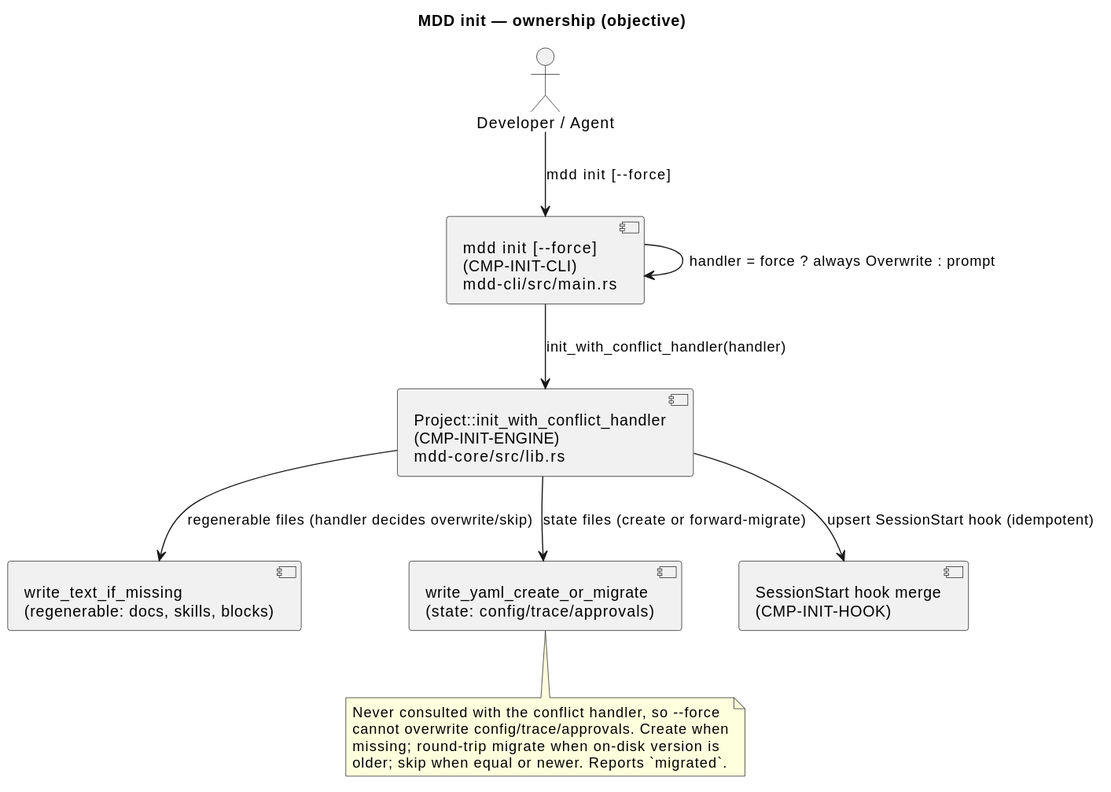
Before: .mdd/rendered/models/objective/components/init-scaffold.svg, a diagram exported from PlantUML (cthadeufaria/model-driven-development).
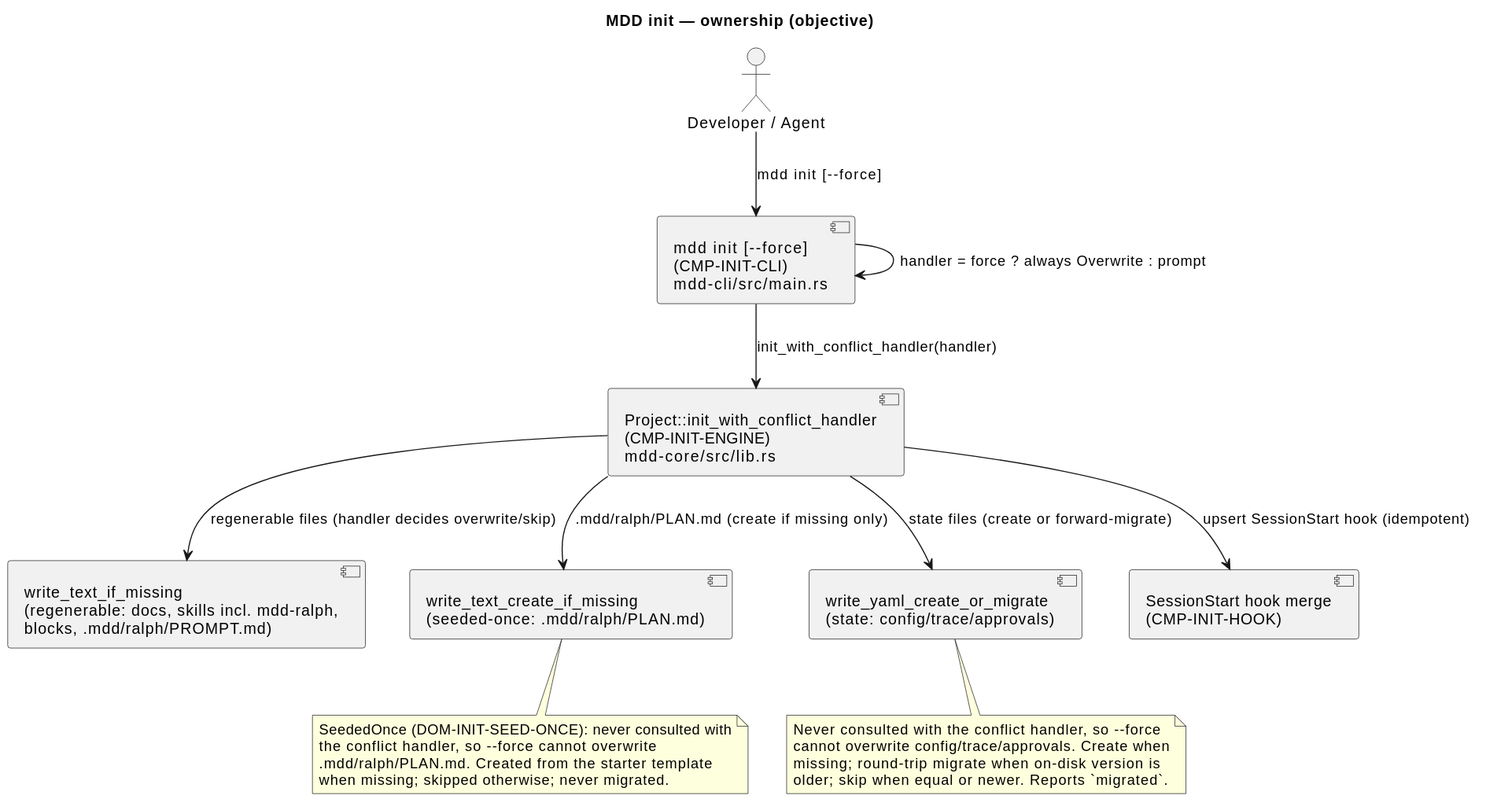
The same file after the commit.

What changed in the source:
```diff
@@ -5,7 +5,8 @@
 
 component "mdd init [--force]\n(CMP-INIT-CLI)\nmdd-cli/src/main.rs" as Cli
 component "Project::init_with_conflict_handler\n(CMP-INIT-ENGINE)\nmdd-core/src/lib.rs" as Engine
-component "write_text_if_missing\n(regenerable: docs, skills, blocks)" as Text
+component "write_text_if_missing\n(regenerable: docs, skills incl. mdd-ralph,\nblocks, .mdd/ralph/PROMPT.md)" as Text
+component "write_text_create_if_missing\n(seeded-once: .mdd/ralph/PLAN.md)" as Seed
 component "write_yaml_create_or_migrate\n(state: config/trace/approvals)" as Yaml
 component "SessionStart hook merge\n(CMP-INIT-HOOK)" as Hook
 
@@ -13,8 +14,16 @@
 Cli --> Engine : init_with_conflict_handler(handler)
 Cli --> Cli : handler = force ? always Overwrite : prompt
 Engine --> Text : regenerable files (handler decides overwrite/skip)
+Engine --> Seed : .mdd/ralph/PLAN.md (create if missing only)
 Engine --> Yaml : state files (create or forward-migrate)
 Engine --> Hook : upsert SessionStart hook (idempotent)
+
+note bottom of Seed
+  SeededOnce (DOM-INIT-SEED-ONCE): never consulted with
+  the conflict handler, so --force cannot overwrite
+  .mdd/ralph/PLAN.md. Created from the starter template
+  when missing; skipped otherwise; never migrated.
+end note
 
 note bottom of Yaml
   Never consulted with the conflict handler, so --force
```
